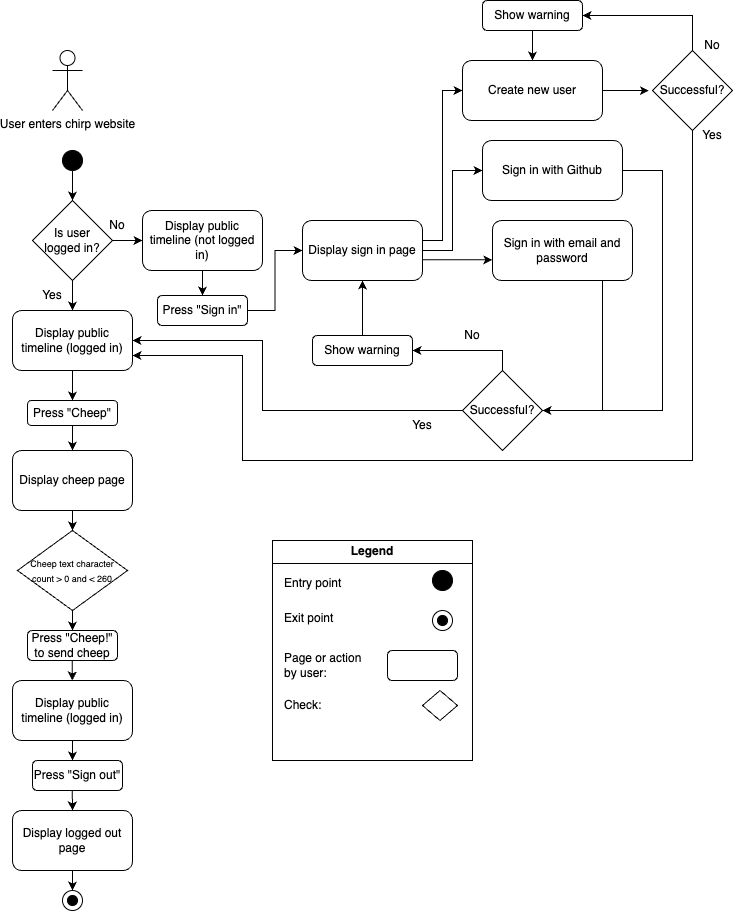
Above: docs/images/uml/user-scenario.drawio.png in ITU-BDSA23-GROUP17/Chirp (draw.io), before the change. Source tidied: cells renumbered, new cells last; positions are measured from the earlier drawing's top-left corner, leaving out a move shared by most shapes.
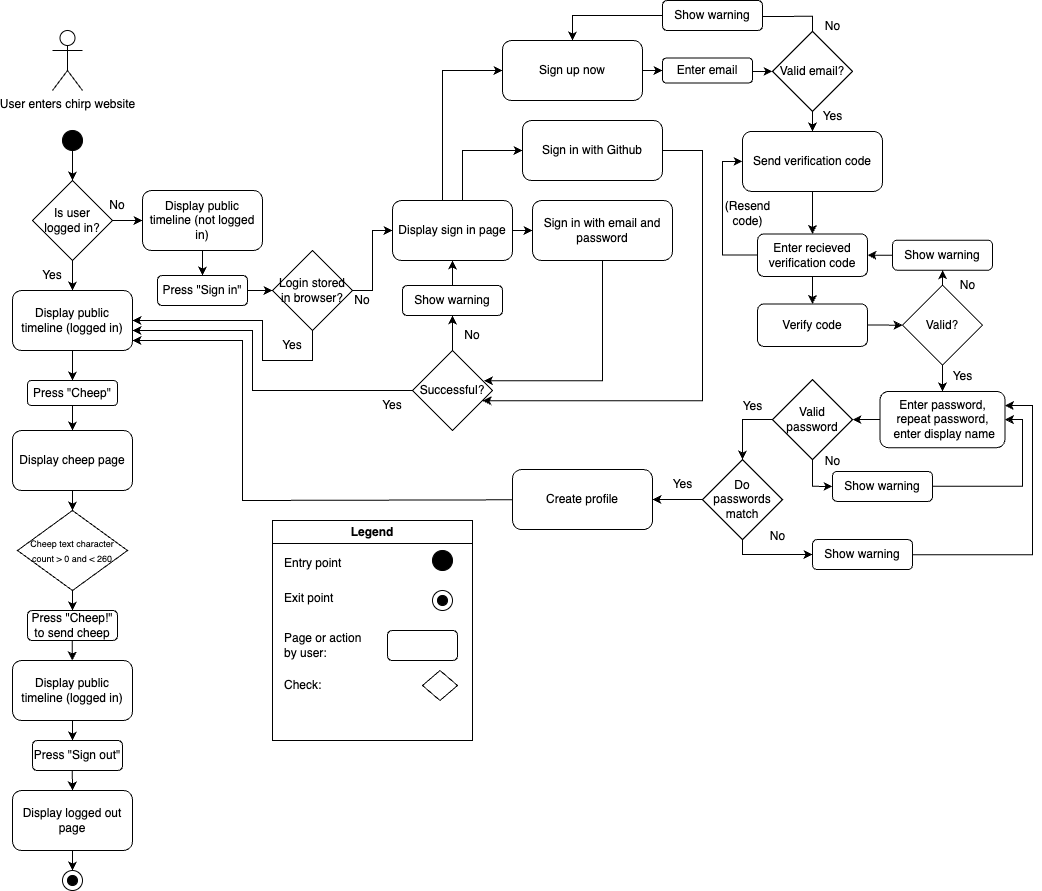
After the change.

What changed in the source:
```diff
@@ -39,2 +39,12 @@
     </mxCell>
+    <mxCell id="15" style="edgeStyle=orthogonalEdgeStyle;rounded=0;jettySize=auto;html=1;entryX=0;entryY=0.5;entryDx=0;entryDy=0;" parent="1" edge="1" source="16" target="24">
+      <mxGeometry relative="1" as="geometry" />
+    </mxCell>
+    <mxCell id="14" style="edgeStyle=orthogonalEdgeStyle;rounded=0;jettySize=auto;html=1;entryX=0;entryY=0.5;entryDx=0;entryDy=0;" parent="1" edge="1" source="16" target="22">
+      <mxGeometry relative="1" as="geometry">
+        <Array as="points">
+          <mxPoint x="450" y="170" />
+        </Array>
+      </mxGeometry>
+    </mxCell>
     <mxCell id="13" style="edgeStyle=orthogonalEdgeStyle;rounded=0;jettySize=auto;html=1;entryX=0;entryY=0.5;entryDx=0;entryDy=0;" parent="1" edge="1" source="16" target="20">
@@ -42,3 +52,2 @@
         <Array as="points">
-          <mxPoint x="430" y="240" />
           <mxPoint x="430" y="90" />
@@ -47,25 +56,11 @@
     </mxCell>
-    <mxCell id="14" style="edgeStyle=orthogonalEdgeStyle;rounded=0;jettySize=auto;html=1;entryX=0;entryY=0.5;entryDx=0;entryDy=0;" parent="1" edge="1" source="16" target="22">
-      <mxGeometry relative="1" as="geometry">
-        <Array as="points">
-          <mxPoint x="440" y="250" />
-          <mxPoint x="440" y="170" />
-        </Array>
-      </mxGeometry>
-    </mxCell>
-    <mxCell id="15" style="edgeStyle=orthogonalEdgeStyle;rounded=0;jettySize=auto;html=1;entryX=-0.001;entryY=0.655;entryDx=0;entryDy=0;entryPerimeter=0;" parent="1" edge="1" source="16" target="24">
-      <mxGeometry relative="1" as="geometry">
-        <Array as="points">
-          <mxPoint x="445" y="260" />
-        </Array>
-      </mxGeometry>
-    </mxCell>
     <mxCell id="16" value="Display sign in page" style="rounded=1;whiteSpace=wrap;html=1;" parent="1" vertex="1">
-      <mxGeometry x="290" y="220" width="120" height="60" as="geometry" />
+      <mxGeometry x="380" y="220" width="120" height="60" as="geometry" />
     </mxCell>
-    <mxCell id="17" style="edgeStyle=orthogonalEdgeStyle;rounded=0;jettySize=auto;html=1;entryX=1;entryY=0.5;entryDx=0;entryDy=0;exitX=0;exitY=0.5;exitDx=0;exitDy=0;" parent="1" edge="1" source="19" target="8">
+    <mxCell id="17" style="edgeStyle=orthogonalEdgeStyle;rounded=0;jettySize=auto;html=1;exitX=0;exitY=0.5;exitDx=0;exitDy=0;" parent="1" edge="1" source="19">
       <mxGeometry relative="1" as="geometry">
+        <mxPoint x="120" y="350" as="targetPoint" />
         <Array as="points">
-          <mxPoint x="250" y="410" />
-          <mxPoint x="250" y="340" />
+          <mxPoint x="240" y="410" />
+          <mxPoint x="240" y="350" />
         </Array>
@@ -73,3 +68,3 @@
     </mxCell>
-    <mxCell id="18" style="edgeStyle=orthogonalEdgeStyle;rounded=0;jettySize=auto;html=1;exitX=0.5;exitY=0;exitDx=0;exitDy=0;entryX=1;entryY=0.5;entryDx=0;entryDy=0;" parent="1" edge="1" source="19" target="26">
+    <mxCell id="18" style="edgeStyle=orthogonalEdgeStyle;rounded=0;jettySize=auto;html=1;exitX=0.5;exitY=0;exitDx=0;exitDy=0;entryX=0.5;entryY=1;entryDx=0;entryDy=0;" parent="1" edge="1" source="19" target="26">
       <mxGeometry relative="1" as="geometry" />
@@ -77,12 +72,15 @@
     <mxCell id="19" value="Successful?" style="rhombus;whiteSpace=wrap;html=1;" parent="1" vertex="1">
-      <mxGeometry x="450" y="370" width="80" height="80" as="geometry" />
+      <mxGeometry x="400" y="370" width="80" height="80" as="geometry" />
     </mxCell>
+    <mxCell id="66" style="edgeStyle=orthogonalEdgeStyle;rounded=0;jettySize=auto;html=1;entryX=0;entryY=0.5;entryDx=0;entryDy=0;" parent="1" edge="1" source="20" target="72">
+      <mxGeometry relative="1" as="geometry" />
+    </mxCell>
-    <mxCell id="20" value="Create new user" style="rounded=1;whiteSpace=wrap;html=1;" parent="1" vertex="1">
-      <mxGeometry x="450" y="60" width="140" height="60" as="geometry" />
+    <mxCell id="20" value="Sign up now" style="rounded=1;whiteSpace=wrap;html=1;" parent="1" vertex="1">
+      <mxGeometry x="490" y="60" width="140" height="60" as="geometry" />
     </mxCell>
-    <mxCell id="21" style="edgeStyle=orthogonalEdgeStyle;rounded=0;jettySize=auto;html=1;entryX=1;entryY=0.5;entryDx=0;entryDy=0;" parent="1" edge="1" source="22" target="19">
+    <mxCell id="21" style="edgeStyle=orthogonalEdgeStyle;rounded=0;jettySize=auto;html=1;entryX=0.877;entryY=0.629;entryDx=0;entryDy=0;entryPerimeter=0;" parent="1" edge="1" source="22" target="19">
       <mxGeometry relative="1" as="geometry">
         <Array as="points">
-          <mxPoint x="650" y="170" />
-          <mxPoint x="650" y="410" />
+          <mxPoint x="690" y="170" />
+          <mxPoint x="690" y="420" />
         </Array>
@@ -91,8 +89,8 @@
     <mxCell id="22" value="Sign in with Github" style="rounded=1;whiteSpace=wrap;html=1;" parent="1" vertex="1">
-      <mxGeometry x="470" y="140" width="140" height="60" as="geometry" />
+      <mxGeometry x="510" y="140" width="140" height="60" as="geometry" />
     </mxCell>
-    <mxCell id="23" style="edgeStyle=orthogonalEdgeStyle;rounded=0;jettySize=auto;html=1;entryX=1;entryY=0.5;entryDx=0;entryDy=0;" parent="1" edge="1" source="24" target="19">
+    <mxCell id="23" style="edgeStyle=orthogonalEdgeStyle;rounded=0;jettySize=auto;html=1;entryX=0.892;entryY=0.379;entryDx=0;entryDy=0;entryPerimeter=0;" parent="1" edge="1" source="24" target="19">
       <mxGeometry relative="1" as="geometry">
         <Array as="points">
-          <mxPoint x="590" y="410" />
+          <mxPoint x="590" y="400" />
         </Array>
@@ -101,3 +99,3 @@
     <mxCell id="24" value="Sign in with email and password" style="rounded=1;whiteSpace=wrap;html=1;" parent="1" vertex="1">
-      <mxGeometry x="480" y="220" width="140" height="60" as="geometry" />
+      <mxGeometry x="520" y="220" width="140" height="60" as="geometry" />
     </mxCell>
@@ -107,23 +105,17 @@
     <mxCell id="26" value="Show warning" style="rounded=1;whiteSpace=wrap;html=1;" parent="1" vertex="1">
-      <mxGeometry x="300" y="335" width="100" height="30" as="geometry" />
+      <mxGeometry x="390" y="305" width="100" height="30" as="geometry" />
     </mxCell>
     <mxCell id="27" value="No" style="text;html=1;strokeColor=none;fillColor=none;align=center;verticalAlign=middle;whiteSpace=wrap;rounded=0;" parent="1" vertex="1">
-      <mxGeometry x="430" y="320" width="60" height="30" as="geometry" />
+      <mxGeometry x="430" y="340" width="60" height="30" as="geometry" />
     </mxCell>
     <mxCell id="28" value="Yes" style="text;html=1;strokeColor=none;fillColor=none;align=center;verticalAlign=middle;whiteSpace=wrap;rounded=0;" parent="1" vertex="1">
-      <mxGeometry x="380" y="410" width="60" height="30" as="geometry" />
+      <mxGeometry x="350" y="410" width="60" height="30" as="geometry" />
     </mxCell>
-    <mxCell id="29" style="edgeStyle=orthogonalEdgeStyle;rounded=0;jettySize=auto;html=1;entryX=1;entryY=0.5;entryDx=0;entryDy=0;" parent="1" edge="1" source="31" target="33">
-      <mxGeometry relative="1" as="geometry">
-        <Array as="points">
-          <mxPoint x="680" y="15" />
-        </Array>
-      </mxGeometry>
-    </mxCell>
-    <mxCell id="30" style="edgeStyle=orthogonalEdgeStyle;rounded=0;jettySize=auto;html=1;exitX=0.5;exitY=1;exitDx=0;exitDy=0;entryX=1;entryY=0.75;entryDx=0;entryDy=0;" parent="1" edge="1" source="31" target="8">
+    <mxCell id="30" style="edgeStyle=orthogonalEdgeStyle;rounded=0;jettySize=auto;html=1;exitX=0;exitY=0.5;exitDx=0;exitDy=0;" parent="1" edge="1" source="99">
       <mxGeometry relative="1" as="geometry">
+        <mxPoint x="120" y="360" as="targetPoint" />
         <Array as="points">
-          <mxPoint x="680" y="460" />
-          <mxPoint x="230" y="460" />
-          <mxPoint x="230" y="355" />
+          <mxPoint x="590" y="520" />
+          <mxPoint x="230" y="520" />
+          <mxPoint x="230" y="360" />
         </Array>
@@ -131,14 +123,2 @@
     </mxCell>
-    <mxCell id="31" value="Successful?" style="rhombus;whiteSpace=wrap;html=1;" parent="1" vertex="1">
-      <mxGeometry x="640" y="50" width="80" height="80" as="geometry" />
-    </mxCell>
-    <mxCell id="32" style="edgeStyle=orthogonalEdgeStyle;rounded=0;jettySize=auto;html=1;entryX=0.5;entryY=0;entryDx=0;entryDy=0;" parent="1" edge="1" source="33" target="20">
-      <mxGeometry relative="1" as="geometry" />
-    </mxCell>
-    <mxCell id="33" value="Show warning" style="rounded=1;whiteSpace=wrap;html=1;" parent="1" vertex="1">
-      <mxGeometry x="470" width="100" height="30" as="geometry" />
-    </mxCell>
-    <mxCell id="34" value="No" style="text;html=1;strokeColor=none;fillColor=none;align=center;verticalAlign=middle;whiteSpace=wrap;rounded=0;" parent="1" vertex="1">
-      <mxGeometry x="670" y="30" width="60" height="30" as="geometry" />
-    </mxCell>
     <mxCell id="35" style="edgeStyle=orthogonalEdgeStyle;rounded=0;jettySize=auto;html=1;" parent="1" edge="1" source="36">
@@ -190,5 +170,5 @@
     </mxCell>
-    <mxCell id="46" style="edgeStyle=orthogonalEdgeStyle;rounded=0;jettySize=auto;html=1;exitX=1;exitY=0.5;exitDx=0;exitDy=0;entryX=0;entryY=0.5;entryDx=0;entryDy=0;" parent="1" edge="1" source="47" target="16">
-      <mxGeometry relative="1" as="geometry" />
-    </mxCell>
+    <mxCell id="67" style="edgeStyle=orthogonalEdgeStyle;rounded=0;jettySize=auto;html=1;entryX=0;entryY=0.5;entryDx=0;entryDy=0;" parent="1" edge="1" source="47" target="70">
+      <mxGeometry relative="1" as="geometry" />
+    </mxCell>
     <mxCell id="47" value="Press &quot;Sign in&quot;" style="rounded=1;whiteSpace=wrap;html=1;" parent="1" vertex="1">
@@ -196,8 +176,2 @@
     </mxCell>
-    <mxCell id="48" style="edgeStyle=orthogonalEdgeStyle;rounded=0;jettySize=auto;html=1;exitX=1;exitY=0.5;exitDx=0;exitDy=0;entryX=-0.045;entryY=0.501;entryDx=0;entryDy=0;entryPerimeter=0;" parent="1" edge="1" source="20" target="31">
-      <mxGeometry relative="1" as="geometry" />
-    </mxCell>
-    <mxCell id="49" value="Yes" style="text;html=1;strokeColor=none;fillColor=none;align=center;verticalAlign=middle;whiteSpace=wrap;rounded=0;" parent="1" vertex="1">
-      <mxGeometry x="670" y="120" width="60" height="30" as="geometry" />
-    </mxCell>
     <mxCell id="50" style="edgeStyle=orthogonalEdgeStyle;rounded=0;jettySize=auto;html=1;entryX=0.5;entryY=0;entryDx=0;entryDy=0;" parent="1" edge="1" source="51" target="36">
@@ -250,2 +224,176 @@
     </mxCell>
+    <mxCell id="68" style="edgeStyle=orthogonalEdgeStyle;rounded=0;jettySize=auto;html=1;entryX=0;entryY=0.5;entryDx=0;entryDy=0;" parent="1" edge="1" source="70" target="16">
+      <mxGeometry relative="1" as="geometry" />
+    </mxCell>
+    <mxCell id="69" style="edgeStyle=orthogonalEdgeStyle;rounded=0;jettySize=auto;html=1;entryX=1;entryY=0.5;entryDx=0;entryDy=0;" parent="1" edge="1" source="70" target="8">
+      <mxGeometry relative="1" as="geometry">
+        <Array as="points">
+          <mxPoint x="300" y="380" />
+          <mxPoint x="250" y="380" />
+          <mxPoint x="250" y="340" />
+        </Array>
+      </mxGeometry>
+    </mxCell>
+    <mxCell id="70" value="Login stored in browser?" style="rhombus;whiteSpace=wrap;html=1;" parent="1" vertex="1">
+      <mxGeometry x="260" y="270" width="80" height="80" as="geometry" />
+    </mxCell>
+    <mxCell id="34" value="No" style="text;html=1;strokeColor=none;fillColor=none;align=center;verticalAlign=middle;whiteSpace=wrap;rounded=0;" parent="1" vertex="1">
+      <mxGeometry x="320" y="305" width="60" height="30" as="geometry" />
+    </mxCell>
+    <mxCell id="49" value="Yes" style="text;html=1;strokeColor=none;fillColor=none;align=center;verticalAlign=middle;whiteSpace=wrap;rounded=0;" parent="1" vertex="1">
+      <mxGeometry x="250" y="350" width="60" height="30" as="geometry" />
+    </mxCell>
+    <mxCell id="71" style="edgeStyle=orthogonalEdgeStyle;rounded=0;jettySize=auto;html=1;entryX=0;entryY=0.5;entryDx=0;entryDy=0;" parent="1" edge="1" target="78">
+      <mxGeometry relative="1" as="geometry">
+        <mxPoint x="730" y="90.9" as="sourcePoint" />
+      </mxGeometry>
+    </mxCell>
+    <mxCell id="72" value="Enter email" style="rounded=1;whiteSpace=wrap;html=1;" parent="1" vertex="1">
+      <mxGeometry x="650" y="77.5" width="90" height="25" as="geometry" />
+    </mxCell>
+    <mxCell id="73" style="edgeStyle=orthogonalEdgeStyle;rounded=0;jettySize=auto;html=1;entryX=0.5;entryY=0;entryDx=0;entryDy=0;" parent="1" edge="1" source="75" target="85">
+      <mxGeometry relative="1" as="geometry" />
+    </mxCell>
+    <mxCell id="74" style="edgeStyle=orthogonalEdgeStyle;rounded=0;jettySize=auto;html=1;entryX=0;entryY=0.5;entryDx=0;entryDy=0;" parent="1" edge="1" source="75" target="80">
+      <mxGeometry relative="1" as="geometry">
+        <Array as="points">
+          <mxPoint x="710" y="274.9" />
+          <mxPoint x="710" y="180.9" />
+        </Array>
+      </mxGeometry>
+    </mxCell>
+    <mxCell id="75" value="Enter recieved verification code" style="rounded=1;whiteSpace=wrap;html=1;" parent="1" vertex="1">
+      <mxGeometry x="745" y="253.4" width="110" height="42.5" as="geometry" />
+    </mxCell>
+    <mxCell id="76" style="edgeStyle=orthogonalEdgeStyle;rounded=0;jettySize=auto;html=1;" parent="1" edge="1" source="78" target="80">
+      <mxGeometry relative="1" as="geometry" />
+    </mxCell>
+    <mxCell id="77" style="edgeStyle=orthogonalEdgeStyle;rounded=0;jettySize=auto;html=1;entryX=1;entryY=0.5;entryDx=0;entryDy=0;" parent="1" edge="1" source="78">
+      <mxGeometry relative="1" as="geometry">
+        <mxPoint x="740" y="35.9" as="targetPoint" />
+        <Array as="points">
+          <mxPoint x="800" y="35.9" />
+        </Array>
+      </mxGeometry>
+    </mxCell>
+    <mxCell id="78" value="Valid email?" style="rhombus;whiteSpace=wrap;html=1;" parent="1" vertex="1">
+      <mxGeometry x="760" y="50.9" width="80" height="80" as="geometry" />
+    </mxCell>
+    <mxCell id="79" style="edgeStyle=orthogonalEdgeStyle;rounded=0;jettySize=auto;html=1;entryX=0.5;entryY=0;entryDx=0;entryDy=0;" parent="1" edge="1" source="80" target="75">
+      <mxGeometry relative="1" as="geometry" />
+    </mxCell>
+    <mxCell id="80" value="Send verification code" style="rounded=1;whiteSpace=wrap;html=1;" parent="1" vertex="1">
+      <mxGeometry x="730" y="150.9" width="140" height="60" as="geometry" />
+    </mxCell>
+    <mxCell id="81" style="edgeStyle=orthogonalEdgeStyle;rounded=0;jettySize=auto;html=1;exitX=0.5;exitY=0;exitDx=0;exitDy=0;entryX=0.5;entryY=1;entryDx=0;entryDy=0;" parent="1" edge="1" source="83" target="89">
+      <mxGeometry relative="1" as="geometry" />
+    </mxCell>
+    <mxCell id="82" style="edgeStyle=orthogonalEdgeStyle;rounded=0;jettySize=auto;html=1;" parent="1" edge="1" source="83" target="91">
+      <mxGeometry relative="1" as="geometry" />
+    </mxCell>
+    <mxCell id="83" value="Valid?" style="rhombus;whiteSpace=wrap;html=1;" parent="1" vertex="1">
+      <mxGeometry x="890" y="304.7" width="80" height="80" as="geometry" />
+    </mxCell>
+    <mxCell id="84" style="edgeStyle=orthogonalEdgeStyle;rounded=0;jettySize=auto;html=1;entryX=0;entryY=0.5;entryDx=0;entryDy=0;" parent="1" edge="1" source="85" target="83">
+      <mxGeometry relative="1" as="geometry" />
+    </mxCell>
+    <mxCell id="85" value="Verify code" style="rounded=1;whiteSpace=wrap;html=1;" parent="1" vertex="1">
+      <mxGeometry x="745" y="323.4" width="110" height="42.5" as="geometry" />
+    </mxCell>
+    <mxCell id="86" style="edgeStyle=orthogonalEdgeStyle;rounded=0;jettySize=auto;html=1;entryX=0.5;entryY=0;entryDx=0;entryDy=0;" parent="1" edge="1" source="87" target="20">
+      <mxGeometry relative="1" as="geometry" />
+    </mxCell>
+    <mxCell id="87" value="Show warning" style="rounded=1;whiteSpace=wrap;html=1;" parent="1" vertex="1">
+      <mxGeometry x="650" y="20" width="100" height="30" as="geometry" />
+    </mxCell>
+    <mxCell id="88" style="edgeStyle=orthogonalEdgeStyle;rounded=0;jettySize=auto;html=1;entryX=1;entryY=0.5;entryDx=0;entryDy=0;" parent="1" edge="1" source="89" target="75">
+      <mxGeometry relative="1" as="geometry" />
+    </mxCell>
+    <mxCell id="89" value="Show warning" style="rounded=1;whiteSpace=wrap;html=1;" parent="1" vertex="1">
+      <mxGeometry x="880" y="259.7" width="100" height="30" as="geometry" />
+    </mxCell>
+    <mxCell id="90" style="edgeStyle=orthogonalEdgeStyle;rounded=0;jettySize=auto;html=1;" parent="1" edge="1" source="91" target="94">
+      <mxGeometry relative="1" as="geometry" />
+    </mxCell>
+    <mxCell id="91" value="Enter password, repeat password,&lt;br&gt;&amp;nbsp;enter display name" style="rounded=1;whiteSpace=wrap;html=1;" parent="1" vertex="1">
+      <mxGeometry x="867.5" y="410.9" width="125" height="56.2" as="geometry" />
+    </mxCell>
+    <mxCell id="92" style="edgeStyle=orthogonalEdgeStyle;rounded=0;jettySize=auto;html=1;entryX=0;entryY=0.5;entryDx=0;entryDy=0;" parent="1" edge="1" source="94" target="96">
+      <mxGeometry relative="1" as="geometry" />
+    </mxCell>
+    <mxCell id="93" style="edgeStyle=orthogonalEdgeStyle;rounded=0;jettySize=auto;html=1;entryX=0.5;entryY=0;entryDx=0;entryDy=0;" parent="1" edge="1" source="94" target="102">
+      <mxGeometry relative="1" as="geometry">
+        <Array as="points">
+          <mxPoint x="730" y="438.9" />
+        </Array>
+      </mxGeometry>
+    </mxCell>
+    <mxCell id="94" value="Valid password" style="rhombus;whiteSpace=wrap;html=1;" parent="1" vertex="1">
+      <mxGeometry x="760" y="399.1" width="80" height="80" as="geometry" />
+    </mxCell>
+    <mxCell id="95" style="edgeStyle=orthogonalEdgeStyle;rounded=0;jettySize=auto;html=1;entryX=1;entryY=0.5;entryDx=0;entryDy=0;" parent="1" edge="1" source="96" target="91">
+      <mxGeometry relative="1" as="geometry">
+        <Array as="points">
+          <mxPoint x="1010" y="505.9" />
+          <mxPoint x="1010" y="438.9" />
+        </Array>
+      </mxGeometry>
+    </mxCell>
+    <mxCell id="96" value="Show warning" style="rounded=1;whiteSpace=wrap;html=1;" parent="1" vertex="1">
+      <mxGeometry x="820" y="490.9" width="100" height="30" as="geometry" />
+    </mxCell>
+    <mxCell id="97" style="edgeStyle=orthogonalEdgeStyle;rounded=0;jettySize=auto;html=1;entryX=1;entryY=0.25;entryDx=0;entryDy=0;" parent="1" edge="1" source="98" target="91">
+      <mxGeometry relative="1" as="geometry">
+        <Array as="points">
+          <mxPoint x="1020" y="573.9" />
+          <mxPoint x="1020" y="424.9" />
+        </Array>
+      </mxGeometry>
+    </mxCell>
+    <mxCell id="98" value="Show warning" style="rounded=1;whiteSpace=wrap;html=1;" parent="1" vertex="1">
+      <mxGeometry x="800" y="559.1" width="100" height="30" as="geometry" />
+    </mxCell>
+    <mxCell id="99" value="Create profile" style="rounded=1;whiteSpace=wrap;html=1;" parent="1" vertex="1">
+      <mxGeometry x="500" y="489.1" width="140" height="60" as="geometry" />
+    </mxCell>
+    <mxCell id="100" style="edgeStyle=orthogonalEdgeStyle;rounded=0;jettySize=auto;html=1;" parent="1" edge="1" source="102" target="98">
+      <mxGeometry relative="1" as="geometry">
+        <Array as="points">
+          <mxPoint x="730" y="573.9" />
+        </Array>
+      </mxGeometry>
+    </mxCell>
+    <mxCell id="101" style="edgeStyle=orthogonalEdgeStyle;rounded=0;jettySize=auto;html=1;entryX=1;entryY=0.5;entryDx=0;entryDy=0;" parent="1" edge="1" source="102" target="99">
+      <mxGeometry relative="1" as="geometry" />
+    </mxCell>
+    <mxCell id="102" value="Do&lt;br&gt;passwords&lt;br&gt;match" style="rhombus;whiteSpace=wrap;html=1;" parent="1" vertex="1">
+      <mxGeometry x="690" y="479.1" width="80" height="80" as="geometry" />
+    </mxCell>
+    <mxCell id="103" value="(Resend&lt;br&gt;code)" style="text;html=1;align=center;verticalAlign=middle;strokeColor=none;fillColor=none;" parent="1" vertex="1">
+      <mxGeometry x="700" y="213.4" width="70" height="40" as="geometry" />
+    </mxCell>
+    <mxCell id="104" value="No" style="text;html=1;align=center;verticalAlign=middle;strokeColor=none;fillColor=none;" parent="1" vertex="1">
+      <mxGeometry x="935" y="289.7" width="40" height="30" as="geometry" />
+    </mxCell>
+    <mxCell id="105" value="Yes" style="text;html=1;align=center;verticalAlign=middle;strokeColor=none;fillColor=none;" parent="1" vertex="1">
+      <mxGeometry x="930" y="380.9" width="40" height="30" as="geometry" />
+    </mxCell>
+    <mxCell id="106" value="No" style="text;html=1;align=center;verticalAlign=middle;strokeColor=none;fillColor=none;" parent="1" vertex="1">
+      <mxGeometry x="800" y="30.9" width="40" height="30" as="geometry" />
+    </mxCell>
+    <mxCell id="107" value="Yes" style="text;html=1;align=center;verticalAlign=middle;strokeColor=none;fillColor=none;" parent="1" vertex="1">
+      <mxGeometry x="800" y="120.9" width="40" height="30" as="geometry" />
+    </mxCell>
+    <mxCell id="108" value="Yes" style="text;html=1;align=center;verticalAlign=middle;strokeColor=none;fillColor=none;" parent="1" vertex="1">
+      <mxGeometry x="720" y="410.9" width="40" height="30" as="geometry" />
+    </mxCell>
+    <mxCell id="109" value="No" style="text;html=1;align=center;verticalAlign=middle;strokeColor=none;fillColor=none;" parent="1" vertex="1">
+      <mxGeometry x="800" y="465.9" width="40" height="30" as="geometry" />
+    </mxCell>
+    <mxCell id="110" value="Yes" style="text;html=1;align=center;verticalAlign=middle;strokeColor=none;fillColor=none;" parent="1" vertex="1">
+      <mxGeometry x="650" y="489.1" width="40" height="30" as="geometry" />
+    </mxCell>
+    <mxCell id="111" value="No" style="text;html=1;align=center;verticalAlign=middle;strokeColor=none;fillColor=none;" parent="1" vertex="1">
+      <mxGeometry x="745" y="540.9" width="40" height="30" as="geometry" />
+    </mxCell>
   </root>
```
